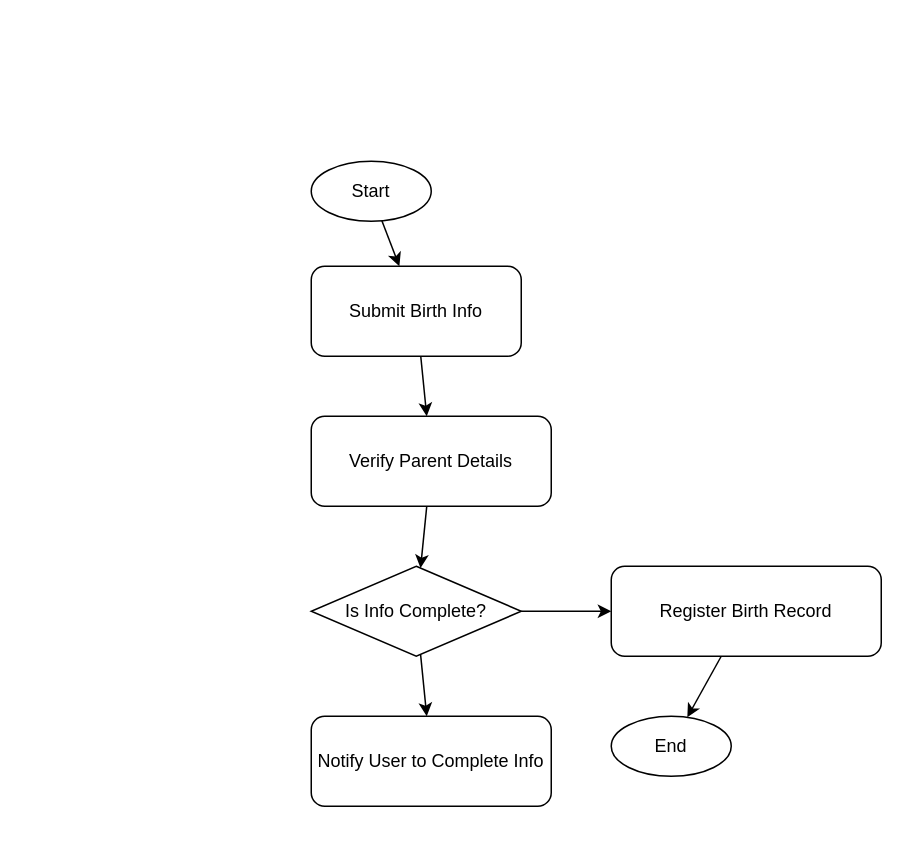
brabentil/database_diagrams keeps this draw.io diagram as flowchart2.drawio. Above is the earlier version. Source tidied: cells renumbered, new cells numbered last; positions are measured from the earlier drawing's top-left corner, leaving out a move shared by most shapes. Both pictures are drawn from the tidied source at 150%, with x=0, y=0 at pixel (310, 160).
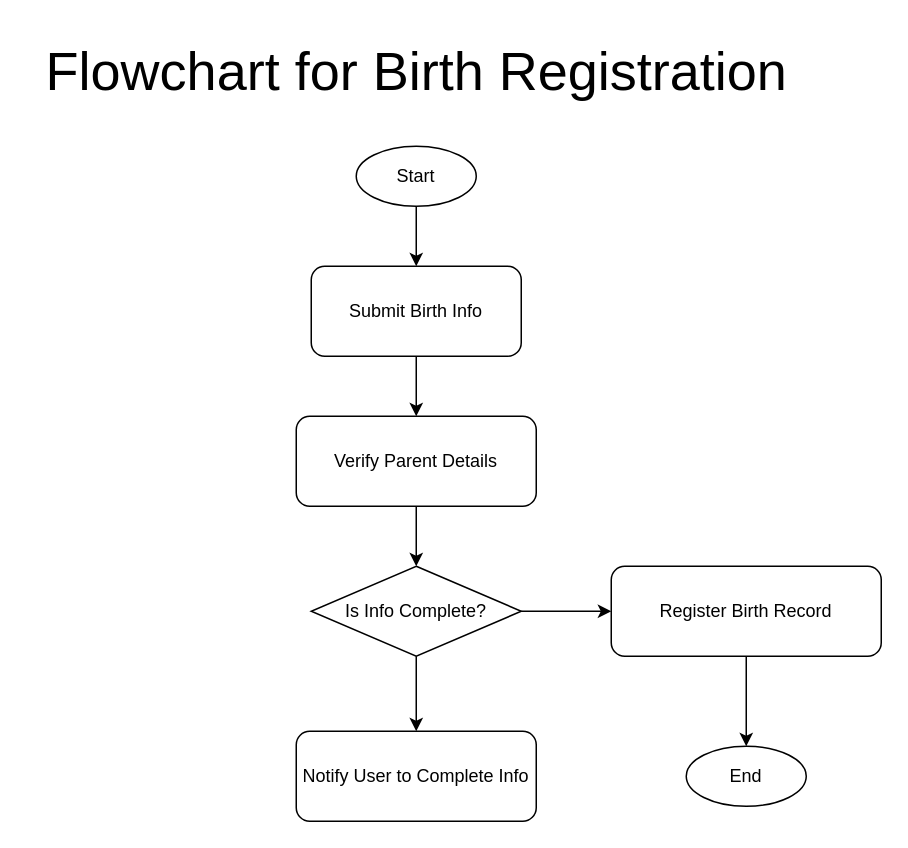
Above is the later version.

Diff of the diagram source:
```diff
@@
 <mxGraphModel>
   <root>
     <mxCell id="0" />
     <mxCell id="1" parent="0" />
     <mxCell id="2" value="Start" style="ellipse;whiteSpace=wrap;html=1;" parent="1" vertex="1">
-      <mxGeometry width="80" height="40" as="geometry" />
+      <mxGeometry x="30" y="-10" width="80" height="40" as="geometry" />
     </mxCell>
     <mxCell id="3" value="Submit Birth Info" style="rounded=1;whiteSpace=wrap;html=1;" parent="1" vertex="1">
       <mxGeometry y="70" width="140" height="60" as="geometry" />
     </mxCell>
     <mxCell id="4" value="Verify Parent Details" style="rounded=1;whiteSpace=wrap;html=1;" parent="1" vertex="1">
-      <mxGeometry y="170" width="160" height="60" as="geometry" />
+      <mxGeometry x="-10" y="170" width="160" height="60" as="geometry" />
     </mxCell>
     <mxCell id="5" value="Is Info Complete?" style="rhombus;whiteSpace=wrap;html=1;" parent="1" vertex="1">
       <mxGeometry y="270" width="140" height="60" as="geometry" />
     </mxCell>
     <mxCell id="6" value="Register Birth Record" style="rounded=1;whiteSpace=wrap;html=1;" parent="1" vertex="1">
       <mxGeometry x="200" y="270" width="180" height="60" as="geometry" />
     </mxCell>
     <mxCell id="7" value="Notify User to Complete Info" style="rounded=1;whiteSpace=wrap;html=1;" parent="1" vertex="1">
-      <mxGeometry y="370" width="160" height="60" as="geometry" />
+      <mxGeometry x="-10" y="380" width="160" height="60" as="geometry" />
     </mxCell>
     <mxCell id="8" value="End" style="ellipse;whiteSpace=wrap;html=1;" parent="1" vertex="1">
-      <mxGeometry x="200" y="370" width="80" height="40" as="geometry" />
+      <mxGeometry x="250" y="390" width="80" height="40" as="geometry" />
     </mxCell>
     <mxCell id="9" parent="1" edge="1" source="2" target="3">
       <mxGeometry relative="1" as="geometry" />
     </mxCell>
     <mxCell id="10" parent="1" edge="1" source="3" target="4">
       <mxGeometry relative="1" as="geometry" />
     </mxCell>
     <mxCell id="11" parent="1" edge="1" source="4" target="5">
       <mxGeometry relative="1" as="geometry" />
     </mxCell>
     <mxCell id="12" parent="1" edge="1" source="5" target="6">
       <mxGeometry relative="1" as="geometry" />
     </mxCell>
     <mxCell id="13" parent="1" edge="1" source="5" target="7">
       <mxGeometry relative="1" as="geometry" />
     </mxCell>
     <mxCell id="14" parent="1" edge="1" source="6" target="8">
       <mxGeometry relative="1" as="geometry" />
     </mxCell>
+    <mxCell id="15" value="&lt;font style=&quot;font-size: 36px;&quot;&gt;Flowchart for Birth Registration&lt;/font&gt;" style="text;html=1;align=center;verticalAlign=middle;strokeColor=none;fillColor=none;" parent="1" vertex="1">
+      <mxGeometry x="-190" y="-90" width="520" height="60" as="geometry" />
+    </mxCell>
   </root>
 </mxGraphModel>
```
